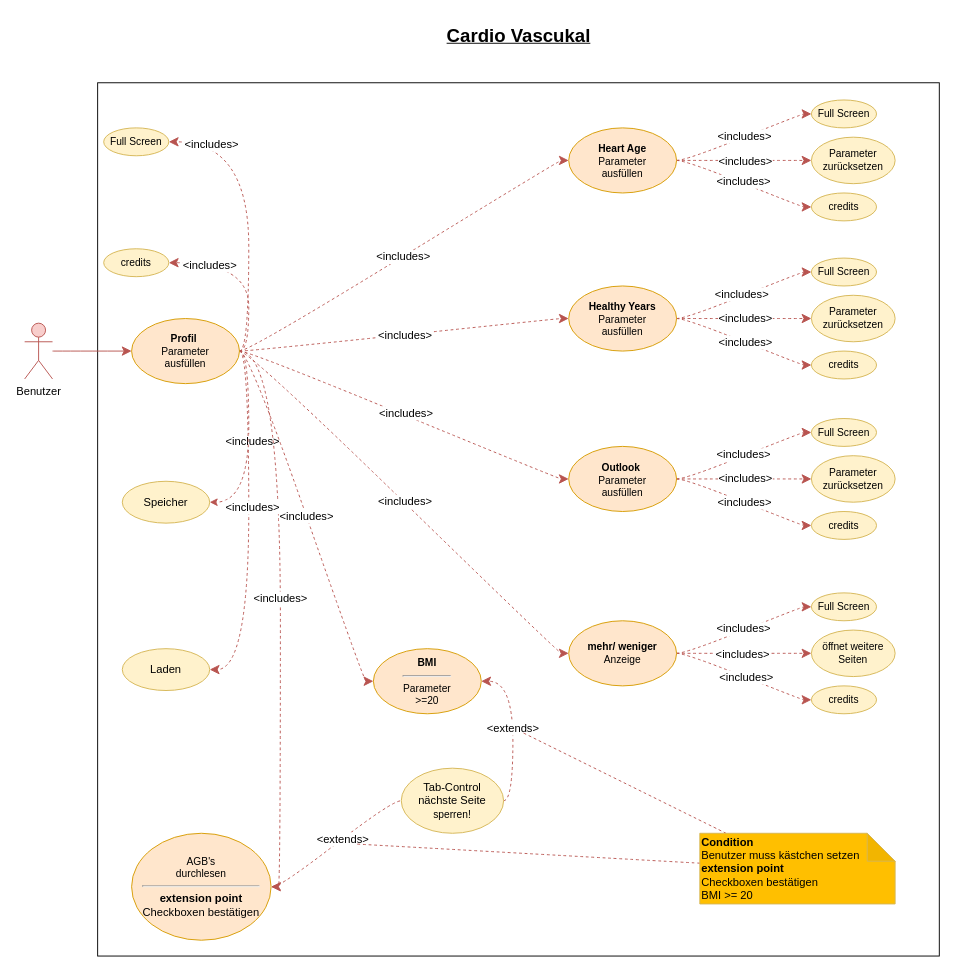
Earlier version of the draw.io diagram UseCase_CardioVaskularDiagramm.drawio (PythonPokemon/Draw.io). Source tidied: cells renumbered, new cells numbered last; positions are measured from the earlier drawing's top-left corner, leaving out a move shared by most shapes. Both pictures are drawn from the tidied source at 93%, with x=0, y=0 at pixel (24, 16).
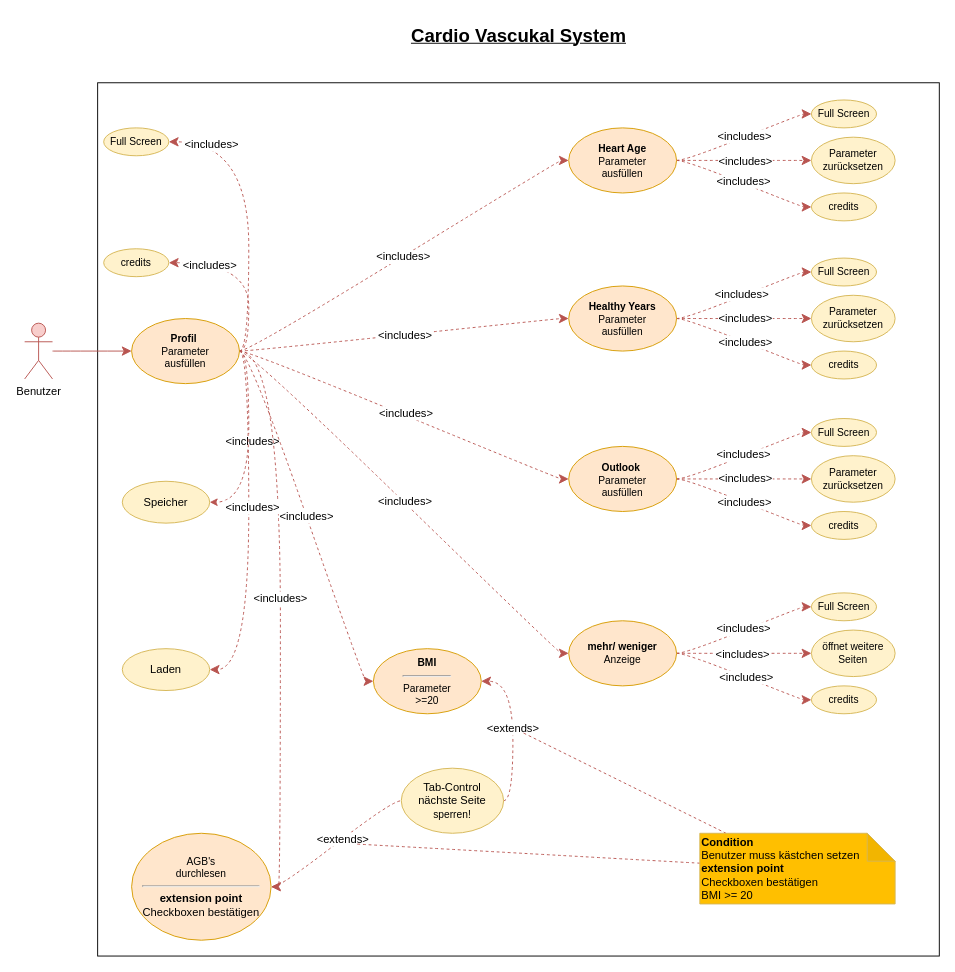
The same page after the edit.

What changed in the source:
```diff
@@
-    <mxCell id="2" value="&lt;b&gt;&lt;u&gt;&lt;font style=&quot;font-size: 20px;&quot;&gt;Cardio Vascukal&lt;/font&gt;&lt;/u&gt;&lt;/b&gt;" style="text;html=1;align=center;verticalAlign=middle;strokeColor=none;fillColor=none;" parent="1" vertex="1">
-      <mxGeometry x="441" width="180" height="40" as="geometry" />
+    <mxCell id="2" value="&lt;b&gt;&lt;u&gt;&lt;font style=&quot;font-size: 20px;&quot;&gt;Cardio Vascukal System&lt;/font&gt;&lt;/u&gt;&lt;/b&gt;" style="text;html=1;align=center;verticalAlign=middle;strokeColor=none;fillColor=none;" parent="1" vertex="1">
+      <mxGeometry x="406" width="250" height="40" as="geometry" />
     </mxCell>
```
